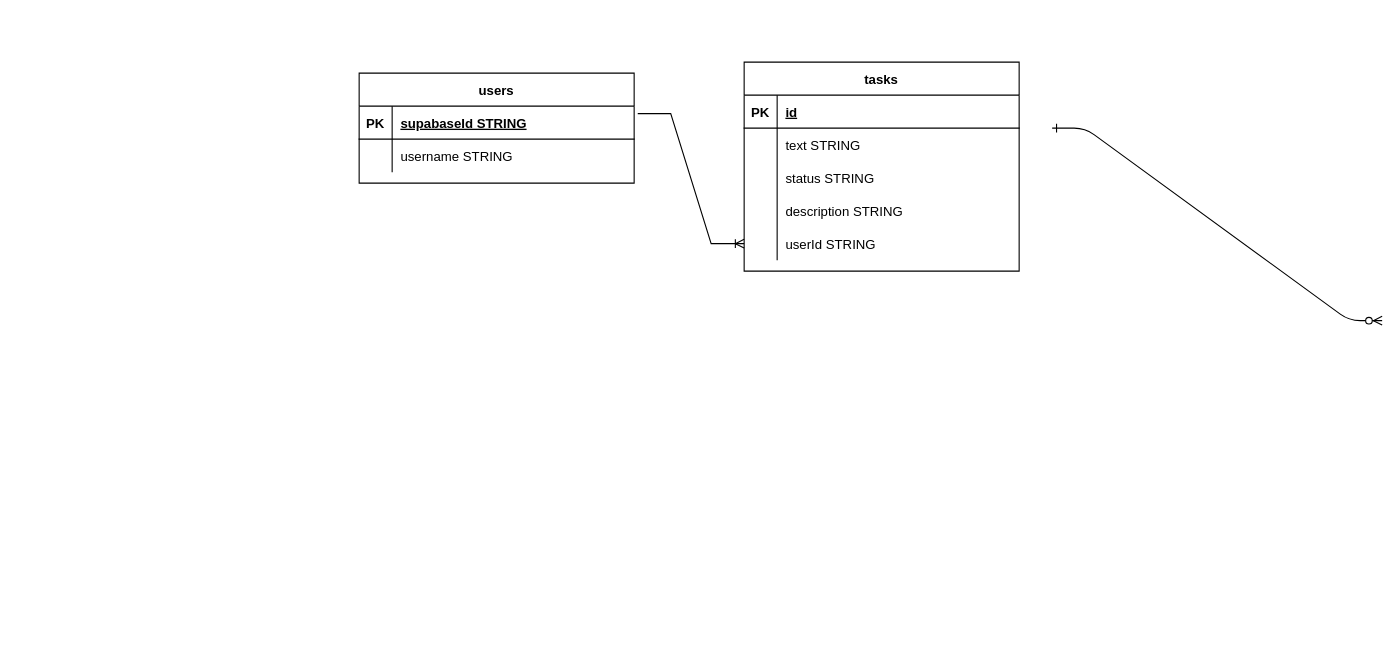
The draw.io diagram api/db.drawio in WeebNetsu/bugtracker, before the edit. Source tidied: cells renumbered, new cells numbered last; positions are measured from the earlier drawing's top-left corner, leaving out a move shared by most shapes. Both pictures are drawn from the tidied source at 110%, with x=0, y=0 at pixel (359, 62).
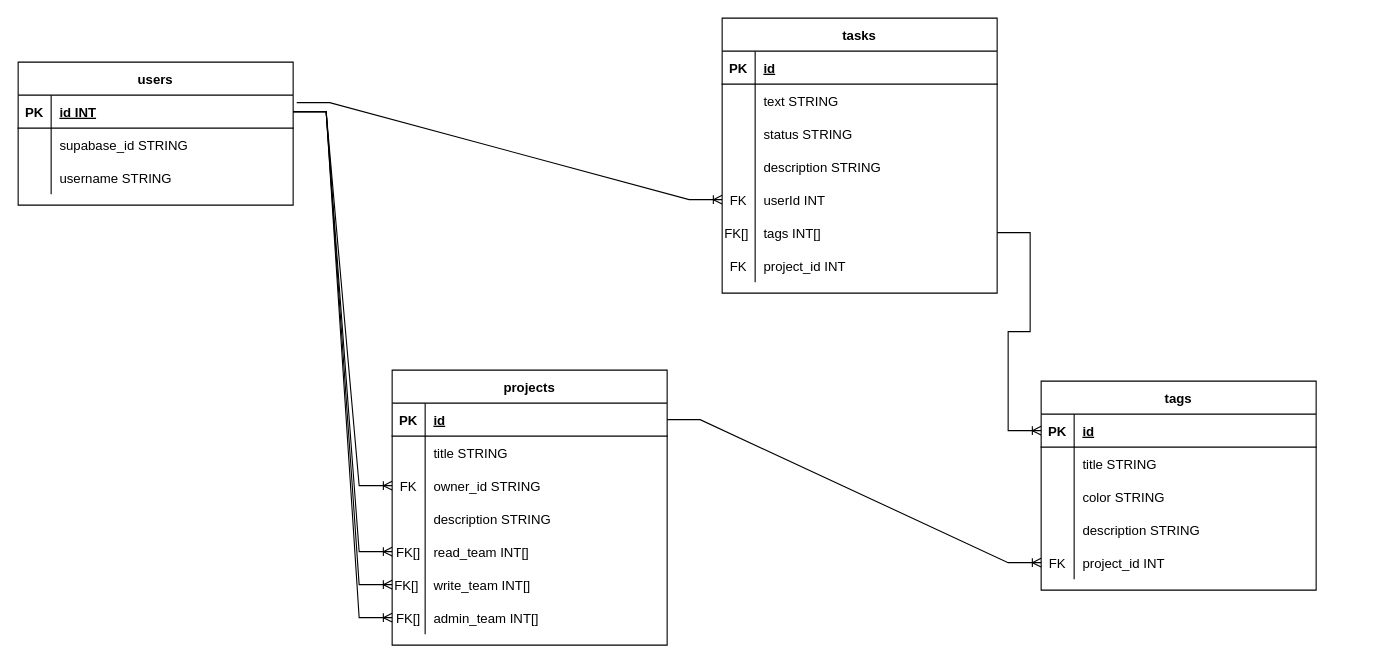
Above is the later version.

Unchanged cells that the change refers to:
```xml
<mxCell id="16" style="shape=partialRectangle;fillColor=none;points=[[0,0.5],[1,0.5]];portConstraint=eastwest;top=0;left=0;right=0;bottom=0;" parent="3" vertex="1">
  <mxGeometry y="150" width="250" height="30" as="geometry" />
</mxCell>
<mxCell id="20" style="shape=partialRectangle;fillColor=none;points=[[0,0.5],[1,0.5]];portConstraint=eastwest;top=0;left=0;right=0;bottom=1;" parent="19" vertex="1">
  <mxGeometry y="30" width="250" height="30" as="geometry" />
</mxCell>
<mxCell id="23" style="shape=partialRectangle;fillColor=none;top=0;left=0;right=0;bottom=0;" parent="19" vertex="1">
  <mxGeometry y="60" width="250" height="30" as="geometry" />
</mxCell>
```

The edit, as a diff of the source:
```diff
@@
-    <mxCell id="2" style="edgeStyle=entityRelationEdgeStyle;endArrow=ERzeroToMany;startArrow=ERone;endFill=1;startFill=0;" parent="1" edge="1">
-      <mxGeometry relative="1" as="geometry">
-        <mxPoint x="630" y="60" as="sourcePoint" />
-        <mxPoint x="930" y="235" as="targetPoint" />
-      </mxGeometry>
-    </mxCell>
     <mxCell id="3" value="tasks" style="shape=table;startSize=30;childLayout=tableLayout;rowLines=0;fontStyle=1;align=center;" parent="1" vertex="1">
-      <mxGeometry x="350" width="250" height="190" as="geometry" />
+      <mxGeometry x="330" y="-40" width="250" height="250" as="geometry" />
     </mxCell>
@@
-    <mxCell id="17" style="shape=partialRectangle;overflow=hidden;fillColor=none;top=0;left=0;bottom=0;right=0;" parent="16" vertex="1">
+    <mxCell id="17" value="FK" style="shape=partialRectangle;overflow=hidden;fillColor=none;top=0;left=0;bottom=0;right=0;" parent="16" vertex="1">
       <mxGeometry width="30" height="30" as="geometry" />
     </mxCell>
-    <mxCell id="18" value="userId STRING" style="shape=partialRectangle;overflow=hidden;fillColor=none;top=0;left=0;bottom=0;right=0;align=left;spacingLeft=6;fontStyle=0;" parent="16" vertex="1">
+    <mxCell id="18" value="userId INT" style="shape=partialRectangle;overflow=hidden;fillColor=none;top=0;left=0;bottom=0;right=0;align=left;spacingLeft=6;fontStyle=0;" parent="16" vertex="1">
       <mxGeometry x="30" width="220" height="30" as="geometry" />
     </mxCell>
+    <mxCell id="27" style="shape=partialRectangle;fillColor=none;points=[[0,0.5],[1,0.5]];portConstraint=eastwest;top=0;left=0;right=0;bottom=0;" parent="3" vertex="1">
+      <mxGeometry y="180" width="250" height="30" as="geometry" />
+    </mxCell>
+    <mxCell id="28" value="FK[] " style="shape=partialRectangle;overflow=hidden;fillColor=none;top=0;left=0;bottom=0;right=0;" parent="27" vertex="1">
+      <mxGeometry width="30" height="30" as="geometry" />
+    </mxCell>
+    <mxCell id="29" value="tags INT[]" style="shape=partialRectangle;overflow=hidden;fillColor=none;top=0;left=0;bottom=0;right=0;align=left;spacingLeft=6;fontStyle=0;" parent="27" vertex="1">
+      <mxGeometry x="30" width="220" height="30" as="geometry" />
+    </mxCell>
+    <mxCell id="30" style="shape=partialRectangle;fillColor=none;top=0;left=0;right=0;bottom=0;" parent="3" vertex="1">
+      <mxGeometry y="210" width="250" height="30" as="geometry" />
+    </mxCell>
+    <mxCell id="31" value="FK" style="shape=partialRectangle;overflow=hidden;fillColor=none;top=0;left=0;bottom=0;right=0;" parent="30" vertex="1">
+      <mxGeometry width="30" height="30" as="geometry" />
+    </mxCell>
+    <mxCell id="32" value="project_id INT" style="shape=partialRectangle;overflow=hidden;fillColor=none;top=0;left=0;bottom=0;right=0;align=left;spacingLeft=6;fontStyle=0;" parent="30" vertex="1">
+      <mxGeometry x="30" width="220" height="30" as="geometry" />
+    </mxCell>
     <mxCell id="19" value="users" style="shape=table;startSize=30;childLayout=tableLayout;rowLines=0;fontStyle=1;align=center;" parent="1" vertex="1">
-      <mxGeometry y="10" width="250" height="100" as="geometry" />
+      <mxGeometry x="-310" width="250" height="130" as="geometry" />
     </mxCell>
@@
-    <mxCell id="22" value="supabaseId STRING" style="shape=partialRectangle;overflow=hidden;fillColor=none;top=0;left=0;bottom=0;right=0;align=left;spacingLeft=6;fontStyle=5;" parent="20" vertex="1">
+    <mxCell id="22" value="id INT" style="shape=partialRectangle;overflow=hidden;fillColor=none;top=0;left=0;bottom=0;right=0;align=left;spacingLeft=6;fontStyle=5;" parent="20" vertex="1">
       <mxGeometry x="30" width="220" height="30" as="geometry" />
     </mxCell>
@@
-    <mxCell id="25" value="username STRING" style="shape=partialRectangle;overflow=hidden;fillColor=none;top=0;left=0;bottom=0;right=0;align=left;spacingLeft=6;fontStyle=0;" parent="23" vertex="1">
+    <mxCell id="25" value="supabase_id STRING" style="shape=partialRectangle;overflow=hidden;fillColor=none;top=0;left=0;bottom=0;right=0;align=left;spacingLeft=6;fontStyle=0;" parent="23" vertex="1">
       <mxGeometry x="30" width="220" height="30" as="geometry" />
     </mxCell>
+    <mxCell id="33" style="shape=partialRectangle;fillColor=none;top=0;left=0;right=0;bottom=0;" parent="19" vertex="1">
+      <mxGeometry y="90" width="250" height="30" as="geometry" />
+    </mxCell>
+    <mxCell id="34" style="shape=partialRectangle;overflow=hidden;fillColor=none;top=0;left=0;bottom=0;right=0;" parent="33" vertex="1">
+      <mxGeometry width="30" height="30" as="geometry" />
+    </mxCell>
+    <mxCell id="35" value="username STRING" style="shape=partialRectangle;overflow=hidden;fillColor=none;top=0;left=0;bottom=0;right=0;align=left;spacingLeft=6;fontStyle=0;" parent="33" vertex="1">
+      <mxGeometry x="30" width="220" height="30" as="geometry" />
+    </mxCell>
@@
+    <mxCell id="36" value="projects" style="shape=table;startSize=30;childLayout=tableLayout;rowLines=0;fontStyle=1;align=center;" parent="1" vertex="1">
+      <mxGeometry x="30" y="280" width="250" height="250" as="geometry" />
+    </mxCell>
+    <mxCell id="37" style="shape=partialRectangle;fillColor=none;points=[[0,0.5],[1,0.5]];portConstraint=eastwest;top=0;left=0;right=0;bottom=1;" parent="36" vertex="1">
+      <mxGeometry y="30" width="250" height="30" as="geometry" />
+    </mxCell>
+    <mxCell id="38" value="PK" style="shape=partialRectangle;overflow=hidden;fillColor=none;top=0;left=0;bottom=0;right=0;fontStyle=1;" parent="37" vertex="1">
+      <mxGeometry width="30" height="30" as="geometry" />
+    </mxCell>
+    <mxCell id="39" value="id" style="shape=partialRectangle;overflow=hidden;fillColor=none;top=0;left=0;bottom=0;right=0;align=left;spacingLeft=6;fontStyle=5;" parent="37" vertex="1">
+      <mxGeometry x="30" width="220" height="30" as="geometry" />
+    </mxCell>
+    <mxCell id="40" style="shape=partialRectangle;fillColor=none;top=0;left=0;right=0;bottom=0;" parent="36" vertex="1">
+      <mxGeometry y="60" width="250" height="30" as="geometry" />
+    </mxCell>
+    <mxCell id="41" style="shape=partialRectangle;overflow=hidden;fillColor=none;top=0;left=0;bottom=0;right=0;" parent="40" vertex="1">
+      <mxGeometry width="30" height="30" as="geometry" />
+    </mxCell>
+    <mxCell id="42" value="title STRING" style="shape=partialRectangle;overflow=hidden;fillColor=none;top=0;left=0;bottom=0;right=0;align=left;spacingLeft=6;fontStyle=0;" parent="40" vertex="1">
+      <mxGeometry x="30" width="220" height="30" as="geometry" />
+    </mxCell>
+    <mxCell id="43" style="shape=partialRectangle;fillColor=none;points=[[0,0.5],[1,0.5]];portConstraint=eastwest;top=0;left=0;right=0;bottom=0;" parent="36" vertex="1">
+      <mxGeometry y="90" width="250" height="30" as="geometry" />
+    </mxCell>
+    <mxCell id="44" value="FK" style="shape=partialRectangle;overflow=hidden;fillColor=none;top=0;left=0;bottom=0;right=0;" parent="43" vertex="1">
+      <mxGeometry width="30" height="30" as="geometry" />
+    </mxCell>
+    <mxCell id="45" value="owner_id STRING" style="shape=partialRectangle;overflow=hidden;fillColor=none;top=0;left=0;bottom=0;right=0;align=left;spacingLeft=6;fontStyle=0;" parent="43" vertex="1">
+      <mxGeometry x="30" width="220" height="30" as="geometry" />
+    </mxCell>
+    <mxCell id="46" style="shape=partialRectangle;fillColor=none;top=0;left=0;right=0;bottom=0;" parent="36" vertex="1">
+      <mxGeometry y="120" width="250" height="30" as="geometry" />
+    </mxCell>
+    <mxCell id="47" style="shape=partialRectangle;overflow=hidden;fillColor=none;top=0;left=0;bottom=0;right=0;" parent="46" vertex="1">
+      <mxGeometry width="30" height="30" as="geometry" />
+    </mxCell>
+    <mxCell id="48" value="description STRING" style="shape=partialRectangle;overflow=hidden;fillColor=none;top=0;left=0;bottom=0;right=0;align=left;spacingLeft=6;fontStyle=0;" parent="46" vertex="1">
+      <mxGeometry x="30" width="220" height="30" as="geometry" />
+    </mxCell>
+    <mxCell id="49" style="shape=partialRectangle;fillColor=none;points=[[0,0.5],[1,0.5]];portConstraint=eastwest;top=0;left=0;right=0;bottom=0;" parent="36" vertex="1">
+      <mxGeometry y="150" width="250" height="30" as="geometry" />
+    </mxCell>
+    <mxCell id="50" value="FK[]" style="shape=partialRectangle;overflow=hidden;fillColor=none;top=0;left=0;bottom=0;right=0;" parent="49" vertex="1">
+      <mxGeometry width="30" height="30" as="geometry" />
+    </mxCell>
+    <mxCell id="51" value="read_team INT[]" style="shape=partialRectangle;overflow=hidden;fillColor=none;top=0;left=0;bottom=0;right=0;align=left;spacingLeft=6;fontStyle=0;" parent="49" vertex="1">
+      <mxGeometry x="30" width="220" height="30" as="geometry" />
+    </mxCell>
+    <mxCell id="52" style="shape=partialRectangle;fillColor=none;points=[[0,0.5],[1,0.5]];portConstraint=eastwest;top=0;left=0;right=0;bottom=0;" parent="36" vertex="1">
+      <mxGeometry y="180" width="250" height="30" as="geometry" />
+    </mxCell>
+    <mxCell id="53" value="FK[] " style="shape=partialRectangle;overflow=hidden;fillColor=none;top=0;left=0;bottom=0;right=0;" parent="52" vertex="1">
+      <mxGeometry width="30" height="30" as="geometry" />
+    </mxCell>
+    <mxCell id="54" value="write_team INT[]" style="shape=partialRectangle;overflow=hidden;fillColor=none;top=0;left=0;bottom=0;right=0;align=left;spacingLeft=6;fontStyle=0;" parent="52" vertex="1">
+      <mxGeometry x="30" width="220" height="30" as="geometry" />
+    </mxCell>
+    <mxCell id="55" style="shape=partialRectangle;fillColor=none;points=[[0,0.5],[1,0.5]];portConstraint=eastwest;top=0;left=0;right=0;bottom=0;" parent="36" vertex="1">
+      <mxGeometry y="210" width="250" height="30" as="geometry" />
+    </mxCell>
+    <mxCell id="56" value="FK[]" style="shape=partialRectangle;overflow=hidden;fillColor=none;top=0;left=0;bottom=0;right=0;" parent="55" vertex="1">
+      <mxGeometry width="30" height="30" as="geometry" />
+    </mxCell>
+    <mxCell id="57" value="admin_team INT[]" style="shape=partialRectangle;overflow=hidden;fillColor=none;top=0;left=0;bottom=0;right=0;align=left;spacingLeft=6;fontStyle=0;" parent="55" vertex="1">
+      <mxGeometry x="30" width="220" height="30" as="geometry" />
+    </mxCell>
+    <mxCell id="58" style="edgeStyle=entityRelationEdgeStyle;fontSize=12;html=1;endArrow=ERoneToMany;rounded=0;entryX=0;entryY=0.5;entryDx=0;entryDy=0;" parent="1" edge="1" source="20" target="43">
+      <mxGeometry relative="1" as="geometry" />
+    </mxCell>
+    <mxCell id="59" style="edgeStyle=entityRelationEdgeStyle;fontSize=12;html=1;endArrow=ERoneToMany;rounded=0;entryX=0;entryY=0.5;entryDx=0;entryDy=0;exitX=1;exitY=0.5;exitDx=0;exitDy=0;" parent="1" edge="1" source="20" target="49">
+      <mxGeometry relative="1" as="geometry" />
+    </mxCell>
+    <mxCell id="60" style="edgeStyle=entityRelationEdgeStyle;fontSize=12;html=1;endArrow=ERoneToMany;rounded=0;entryX=0;entryY=0.5;entryDx=0;entryDy=0;" parent="1" edge="1" source="20" target="52">
+      <mxGeometry relative="1" as="geometry" />
+    </mxCell>
+    <mxCell id="61" style="edgeStyle=entityRelationEdgeStyle;fontSize=12;html=1;endArrow=ERoneToMany;rounded=0;entryX=0;entryY=0.5;entryDx=0;entryDy=0;exitX=1;exitY=0.5;exitDx=0;exitDy=0;" parent="1" edge="1" source="20" target="55">
+      <mxGeometry relative="1" as="geometry" />
+    </mxCell>
+    <mxCell id="62" value="tags" style="shape=table;startSize=30;childLayout=tableLayout;rowLines=0;fontStyle=1;align=center;" parent="1" vertex="1">
+      <mxGeometry x="620" y="290" width="250" height="190" as="geometry" />
+    </mxCell>
+    <mxCell id="63" style="shape=partialRectangle;fillColor=none;points=[[0,0.5],[1,0.5]];portConstraint=eastwest;top=0;left=0;right=0;bottom=1;" parent="62" vertex="1">
+      <mxGeometry y="30" width="250" height="30" as="geometry" />
+    </mxCell>
+    <mxCell id="64" value="PK" style="shape=partialRectangle;overflow=hidden;fillColor=none;top=0;left=0;bottom=0;right=0;fontStyle=1;" parent="63" vertex="1">
+      <mxGeometry width="30" height="30" as="geometry" />
+    </mxCell>
+    <mxCell id="65" value="id" style="shape=partialRectangle;overflow=hidden;fillColor=none;top=0;left=0;bottom=0;right=0;align=left;spacingLeft=6;fontStyle=5;" parent="63" vertex="1">
+      <mxGeometry x="30" width="220" height="30" as="geometry" />
+    </mxCell>
+    <mxCell id="66" style="shape=partialRectangle;fillColor=none;top=0;left=0;right=0;bottom=0;" parent="62" vertex="1">
+      <mxGeometry y="60" width="250" height="30" as="geometry" />
+    </mxCell>
+    <mxCell id="67" style="shape=partialRectangle;overflow=hidden;fillColor=none;top=0;left=0;bottom=0;right=0;" parent="66" vertex="1">
+      <mxGeometry width="30" height="30" as="geometry" />
+    </mxCell>
+    <mxCell id="68" value="title STRING" style="shape=partialRectangle;overflow=hidden;fillColor=none;top=0;left=0;bottom=0;right=0;align=left;spacingLeft=6;fontStyle=0;" parent="66" vertex="1">
+      <mxGeometry x="30" width="220" height="30" as="geometry" />
+    </mxCell>
+    <mxCell id="69" style="shape=partialRectangle;fillColor=none;top=0;left=0;right=0;bottom=0;" parent="62" vertex="1">
+      <mxGeometry y="90" width="250" height="30" as="geometry" />
+    </mxCell>
+    <mxCell id="70" style="shape=partialRectangle;overflow=hidden;fillColor=none;top=0;left=0;bottom=0;right=0;" parent="69" vertex="1">
+      <mxGeometry width="30" height="30" as="geometry" />
+    </mxCell>
+    <mxCell id="71" value="color STRING" style="shape=partialRectangle;overflow=hidden;fillColor=none;top=0;left=0;bottom=0;right=0;align=left;spacingLeft=6;fontStyle=0;" parent="69" vertex="1">
+      <mxGeometry x="30" width="220" height="30" as="geometry" />
+    </mxCell>
+    <mxCell id="72" style="shape=partialRectangle;fillColor=none;top=0;left=0;right=0;bottom=0;" parent="62" vertex="1">
+      <mxGeometry y="120" width="250" height="30" as="geometry" />
+    </mxCell>
+    <mxCell id="73" style="shape=partialRectangle;overflow=hidden;fillColor=none;top=0;left=0;bottom=0;right=0;" parent="72" vertex="1">
+      <mxGeometry width="30" height="30" as="geometry" />
+    </mxCell>
+    <mxCell id="74" value="description STRING" style="shape=partialRectangle;overflow=hidden;fillColor=none;top=0;left=0;bottom=0;right=0;align=left;spacingLeft=6;fontStyle=0;" parent="72" vertex="1">
+      <mxGeometry x="30" width="220" height="30" as="geometry" />
+    </mxCell>
+    <mxCell id="75" style="shape=partialRectangle;fillColor=none;points=[[0,0.5],[1,0.5]];portConstraint=eastwest;top=0;left=0;right=0;bottom=0;" parent="62" vertex="1">
+      <mxGeometry y="150" width="250" height="30" as="geometry" />
+    </mxCell>
+    <mxCell id="76" value="FK" style="shape=partialRectangle;overflow=hidden;fillColor=none;top=0;left=0;bottom=0;right=0;" parent="75" vertex="1">
+      <mxGeometry width="30" height="30" as="geometry" />
+    </mxCell>
+    <mxCell id="77" value="project_id INT" style="shape=partialRectangle;overflow=hidden;fillColor=none;top=0;left=0;bottom=0;right=0;align=left;spacingLeft=6;fontStyle=0;" parent="75" vertex="1">
+      <mxGeometry x="30" width="220" height="30" as="geometry" />
+    </mxCell>
+    <mxCell id="78" style="edgeStyle=entityRelationEdgeStyle;fontSize=12;html=1;endArrow=ERoneToMany;rounded=0;exitX=1;exitY=0.5;exitDx=0;exitDy=0;entryX=0;entryY=0.5;entryDx=0;entryDy=0;" parent="1" edge="1" source="27" target="63">
+      <mxGeometry relative="1" as="geometry" />
+    </mxCell>
+    <mxCell id="79" style="edgeStyle=entityRelationEdgeStyle;fontSize=12;html=1;endArrow=ERoneToMany;rounded=0;exitX=1;exitY=0.5;exitDx=0;exitDy=0;entryX=0;entryY=0.5;entryDx=0;entryDy=0;" parent="1" edge="1" source="37" target="75">
+      <mxGeometry relative="1" as="geometry" />
+    </mxCell>
```
